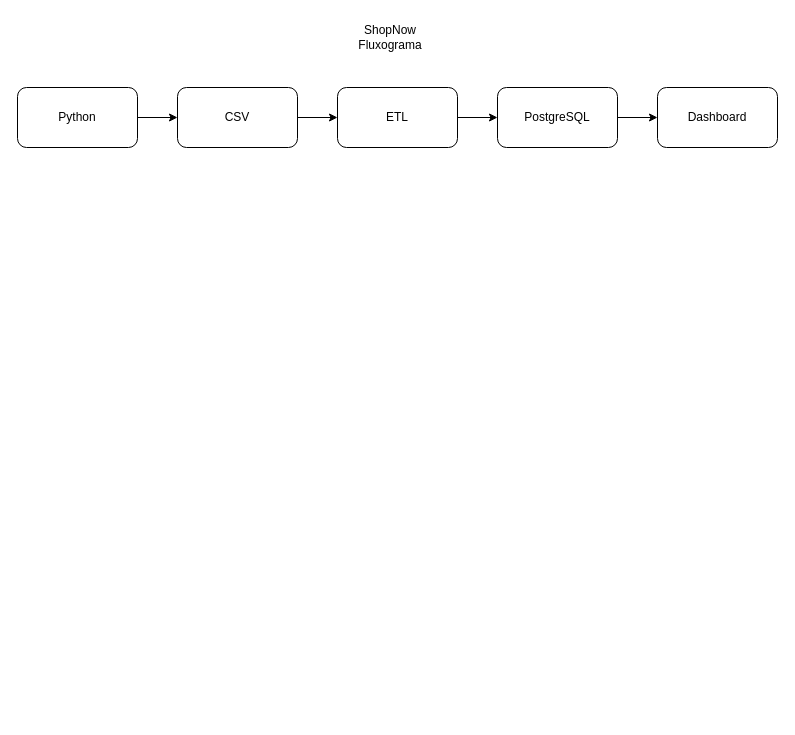
The draw.io diagram docs/Diagrama sem nome.drawio in CaueCostacurta/shopnow, before the edit. Source tidied: cells renumbered, new cells numbered last; positions are measured from the earlier drawing's top-left corner, leaving out a move shared by most shapes. Both pictures are drawn from the tidied source at 100%, with x=0, y=0 at pixel (17, 17).
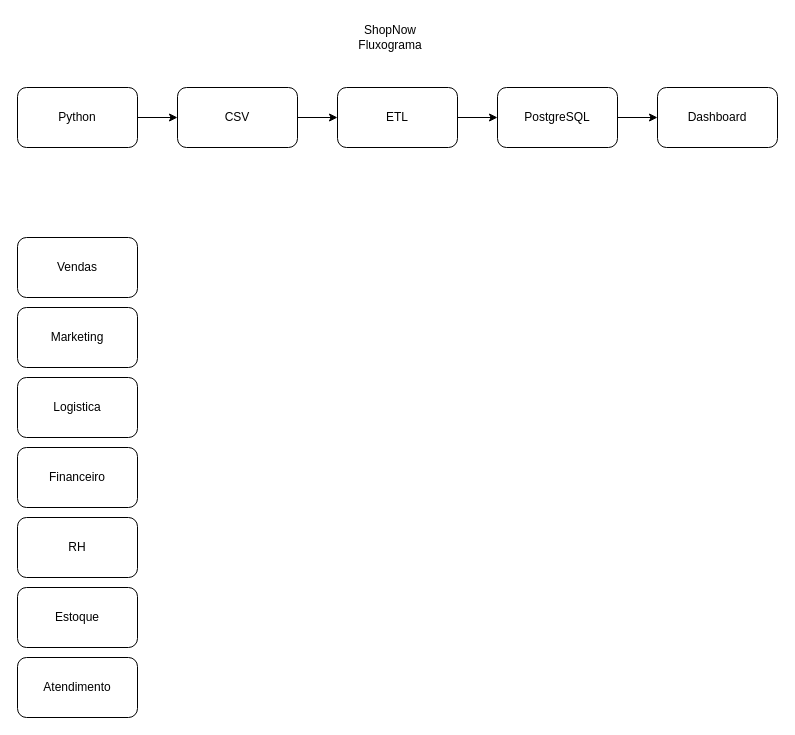
Above is the later version.

Commit message (it also covers changes not shown here):
dev: alterado o codigo da geração de vendas, removida função get_raw_dir() antiga e substituida pela create_raw_dir()

Diff of the diagram source:
```diff
@@
 <mxGraphModel>
   <root>
     <mxCell id="0" />
     <mxCell id="1" parent="0" />
     <mxCell id="2" value="Python" style="rounded=1;whiteSpace=wrap;html=1;" parent="1" vertex="1">
       <mxGeometry y="70" width="120" height="60" as="geometry" />
     </mxCell>
     <mxCell id="3" style="edgeStyle=orthogonalEdgeStyle;rounded=0;jettySize=auto;html=1;" parent="1" edge="1" source="4" target="6">
       <mxGeometry relative="1" as="geometry" />
     </mxCell>
     <mxCell id="4" value="CSV" style="rounded=1;whiteSpace=wrap;html=1;" parent="1" vertex="1">
       <mxGeometry x="160" y="70" width="120" height="60" as="geometry" />
     </mxCell>
     <mxCell id="5" style="edgeStyle=orthogonalEdgeStyle;rounded=0;jettySize=auto;html=1;" parent="1" edge="1" source="6" target="8">
       <mxGeometry relative="1" as="geometry" />
     </mxCell>
     <mxCell id="6" value="ETL" style="rounded=1;whiteSpace=wrap;html=1;" parent="1" vertex="1">
       <mxGeometry x="320" y="70" width="120" height="60" as="geometry" />
     </mxCell>
     <mxCell id="7" style="edgeStyle=orthogonalEdgeStyle;rounded=0;jettySize=auto;html=1;" parent="1" edge="1" source="8" target="9">
       <mxGeometry relative="1" as="geometry" />
     </mxCell>
     <mxCell id="8" value="PostgreSQL" style="rounded=1;whiteSpace=wrap;html=1;" parent="1" vertex="1">
       <mxGeometry x="480" y="70" width="120" height="60" as="geometry" />
     </mxCell>
     <mxCell id="9" value="Dashboard" style="rounded=1;whiteSpace=wrap;html=1;" parent="1" vertex="1">
       <mxGeometry x="640" y="70" width="120" height="60" as="geometry" />
     </mxCell>
     <mxCell id="10" style="endArrow=classic;html=1;rounded=0;exitX=1;exitY=0.5;exitDx=0;exitDy=0;entryX=0;entryY=0.5;entryDx=0;entryDy=0;" parent="1" edge="1" source="2" target="4">
       <mxGeometry relative="1" as="geometry" />
     </mxCell>
     <mxCell id="11" value="ShopNow Fluxograma" style="text;html=1;whiteSpace=wrap;strokeColor=none;fillColor=none;align=center;verticalAlign=middle;rounded=0;" parent="1" vertex="1">
       <mxGeometry x="333" width="80" height="40" as="geometry" />
     </mxCell>
+    <mxCell id="12" value="Vendas" style="rounded=1;whiteSpace=wrap;html=1;" parent="1" vertex="1">
+      <mxGeometry y="220" width="120" height="60" as="geometry" />
+    </mxCell>
+    <mxCell id="13" value="Marketing" style="rounded=1;whiteSpace=wrap;html=1;" parent="1" vertex="1">
+      <mxGeometry y="290" width="120" height="60" as="geometry" />
+    </mxCell>
+    <mxCell id="14" value="Logistica" style="rounded=1;whiteSpace=wrap;html=1;" parent="1" vertex="1">
+      <mxGeometry y="360" width="120" height="60" as="geometry" />
+    </mxCell>
+    <mxCell id="15" value="Financeiro" style="rounded=1;whiteSpace=wrap;html=1;" parent="1" vertex="1">
+      <mxGeometry y="430" width="120" height="60" as="geometry" />
+    </mxCell>
+    <mxCell id="16" value="RH" style="rounded=1;whiteSpace=wrap;html=1;" parent="1" vertex="1">
+      <mxGeometry y="500" width="120" height="60" as="geometry" />
+    </mxCell>
+    <mxCell id="17" value="Estoque" style="rounded=1;whiteSpace=wrap;html=1;" parent="1" vertex="1">
+      <mxGeometry y="570" width="120" height="60" as="geometry" />
+    </mxCell>
+    <mxCell id="18" value="Atendimento" style="rounded=1;whiteSpace=wrap;html=1;" parent="1" vertex="1">
+      <mxGeometry y="640" width="120" height="60" as="geometry" />
+    </mxCell>
   </root>
 </mxGraphModel>
```
